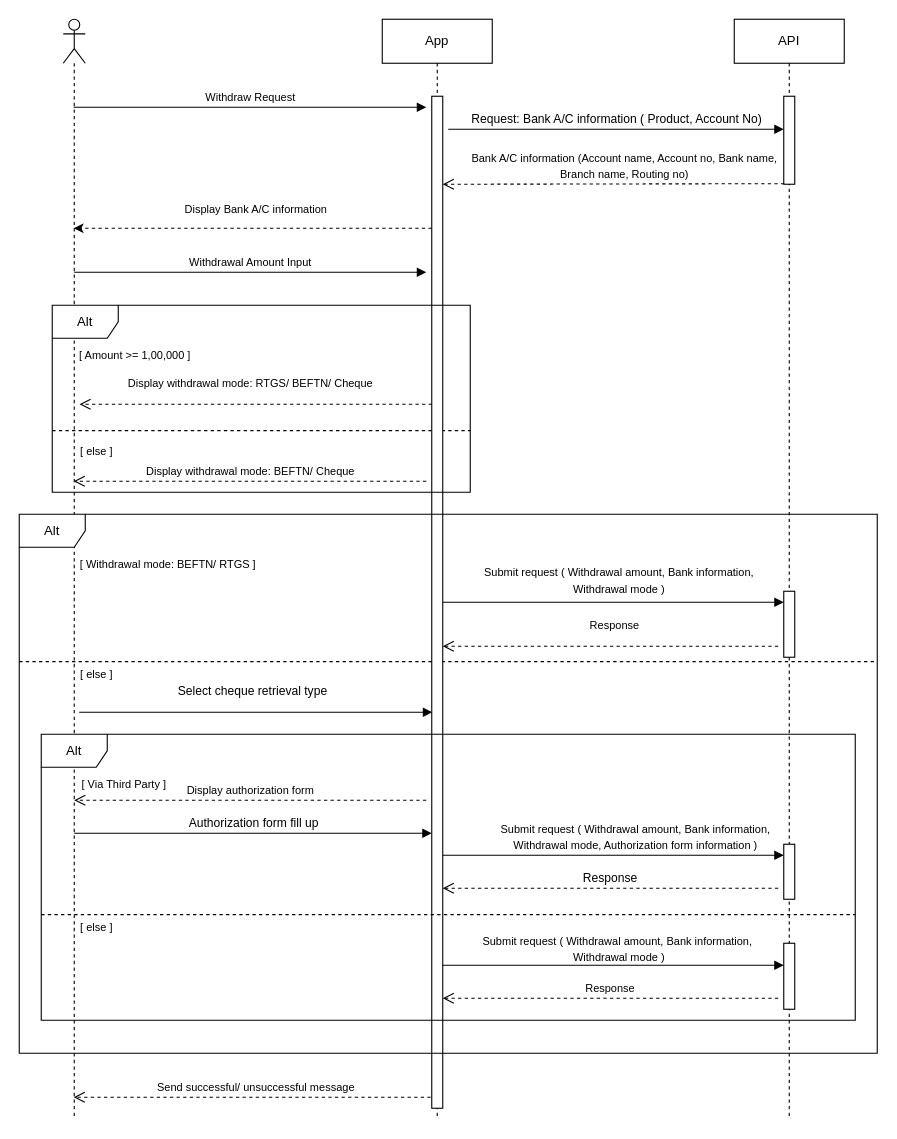
Above: src/assets/withdraw_sequence.drawio in Eritra064/test_repo (draw.io), before the change. Source tidied: cells renumbered, new cells numbered last; positions are measured from the earlier drawing's top-left corner, leaving out a move shared by most shapes. Both pictures are drawn from the tidied source at 110%, with x=0, y=0 at pixel (19, 19).
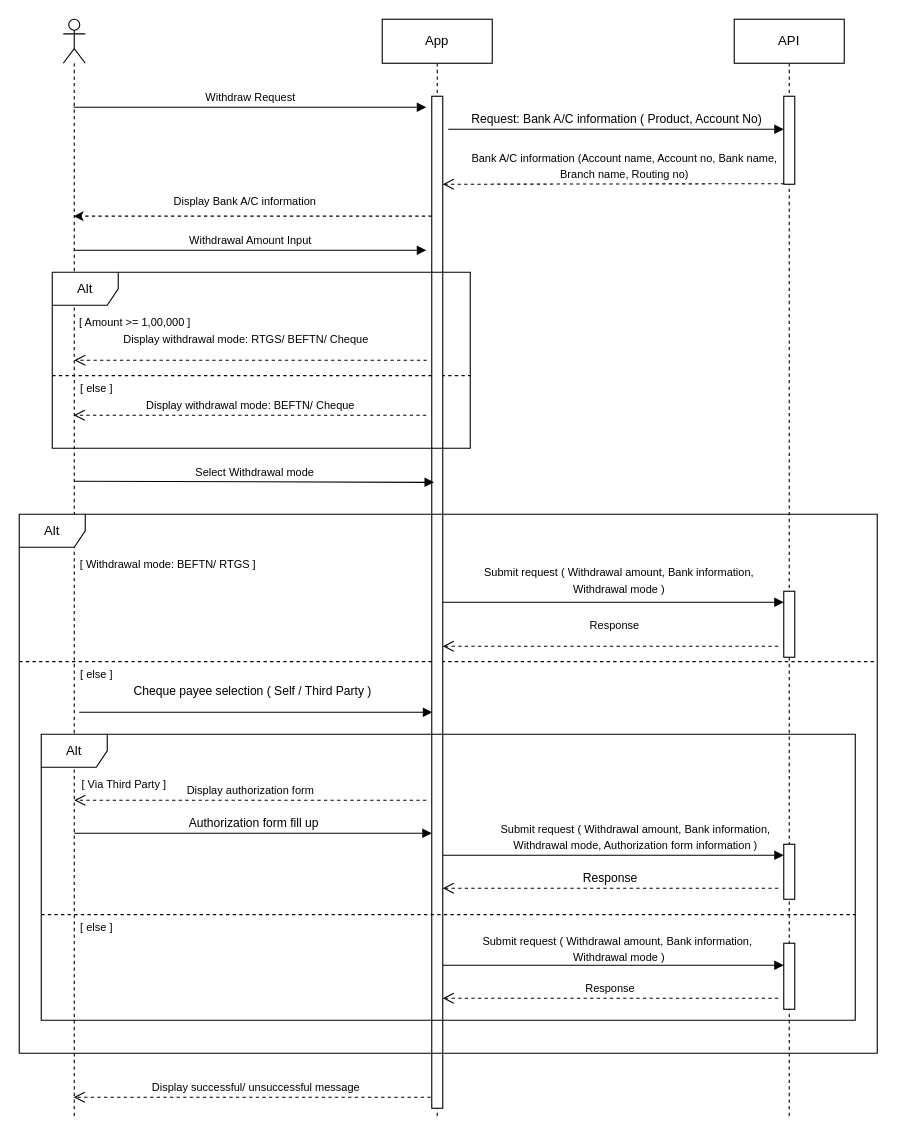
The same diagram, later.

Unchanged cells that the change refers to:
```xml
<mxCell id="5" style="shape=umlLifeline;perimeter=lifelinePerimeter;whiteSpace=wrap;html=1;outlineConnect=0;portConstraint=eastwest;newEdgeStyle={&quot;curved&quot;:0,&quot;rounded&quot;:0};participant=umlActor;" parent="1" vertex="1">
  <mxGeometry x="40" width="20" height="1000" as="geometry" />
</mxCell>
<mxCell id="6" value="App" style="shape=umlLifeline;perimeter=lifelinePerimeter;whiteSpace=wrap;html=1;outlineConnect=0;portConstraint=eastwest;newEdgeStyle={&quot;curved&quot;:0,&quot;rounded&quot;:0};" parent="1" vertex="1">
  <mxGeometry x="330" width="100" height="1000" as="geometry" />
</mxCell>
```

Change to the diagram source:
```diff
@@
-    <mxCell id="2" value="&lt;font style=&quot;font-size: 10px;&quot;&gt;Send successful/ unsuccessful message&lt;/font&gt;" style="html=1;verticalAlign=bottom;endArrow=open;dashed=1;endSize=8;curved=0;rounded=0;" parent="1" edge="1" target="5">
+    <mxCell id="2" value="&lt;font style=&quot;font-size: 10px;&quot;&gt;Display successful/ unsuccessful message&lt;/font&gt;" style="html=1;verticalAlign=bottom;endArrow=open;dashed=1;endSize=8;curved=0;rounded=0;" parent="1" edge="1" target="5">
       <mxGeometry relative="1" as="geometry">
         <mxPoint x="380" y="980" as="sourcePoint" />
       </mxGeometry>
     </mxCell>
@@
     <mxCell id="4" style="line;strokeWidth=1;fillColor=none;align=left;verticalAlign=middle;spacingTop=-1;spacingLeft=3;spacingRight=3;labelPosition=right;strokeColor=inherit;dashed=1;" parent="1" vertex="1">
-      <mxGeometry x="30" y="370" width="380" height="8" as="geometry" />
+      <mxGeometry x="30" y="320" width="380" height="8" as="geometry" />
     </mxCell>
@@
-    <mxCell id="13" style="edgeStyle=orthogonalEdgeStyle;rounded=0;jettySize=auto;html=1;curved=0;dashed=1;" parent="1" edge="1" target="5">
+    <mxCell id="13" style="edgeStyle=orthogonalEdgeStyle;rounded=0;orthogonalLoop=1;jettySize=auto;html=1;curved=0;dashed=1;" parent="1" edge="1">
       <mxGeometry relative="1" as="geometry">
-        <mxPoint x="375" y="190" as="sourcePoint" />
+        <mxPoint x="375" y="179" as="sourcePoint" />
+        <mxPoint x="49.5" y="179" as="targetPoint" />
         <Array as="points">
-          <mxPoint x="290" y="190" />
-          <mxPoint x="290" y="190" />
+          <mxPoint x="290" y="179" />
+          <mxPoint x="290" y="179" />
         </Array>
       </mxGeometry>
     </mxCell>
     <mxCell id="14" value="&lt;font style=&quot;font-size: 10px;&quot;&gt;Display Bank A/C information&lt;/font&gt;" style="text;html=1;align=center;verticalAlign=middle;strokeColor=none;fillColor=none;" parent="1" vertex="1">
-      <mxGeometry x="140" y="158" width="150" height="30" as="geometry" />
+      <mxGeometry x="130" y="150" width="150" height="30" as="geometry" />
     </mxCell>
     <mxCell id="15" value="&lt;font style=&quot;font-size: 10px;&quot;&gt;Withdrawal Amount Input&lt;/font&gt;" style="html=1;verticalAlign=bottom;endArrow=block;curved=0;rounded=0;entryX=0.5;entryY=0.643;entryDx=0;entryDy=0;entryPerimeter=0;" parent="1" edge="1">
       <mxGeometry relative="1" as="geometry">
-        <mxPoint x="50" y="230" as="sourcePoint" />
-        <mxPoint x="370" y="230" as="targetPoint" />
+        <mxPoint x="50" y="210" as="sourcePoint" />
+        <mxPoint x="370" y="210" as="targetPoint" />
       </mxGeometry>
     </mxCell>
     <mxCell id="16" value="Alt" style="shape=umlFrame;whiteSpace=wrap;html=1;" parent="1" vertex="1">
-      <mxGeometry x="30" y="260" width="380" height="170" as="geometry" />
+      <mxGeometry x="30" y="230" width="380" height="160" as="geometry" />
     </mxCell>
     <mxCell id="17" value="&lt;font style=&quot;font-size: 10px;&quot;&gt;[ Amount &amp;gt;= 1,00,000 ]&lt;/font&gt;" style="text;html=1;align=center;verticalAlign=middle;strokeColor=none;fillColor=none;" parent="1" vertex="1">
-      <mxGeometry x="45" y="290" width="120" height="30" as="geometry" />
+      <mxGeometry x="45" y="260" width="120" height="30" as="geometry" />
     </mxCell>
     <mxCell id="18" value="&lt;font style=&quot;font-size: 10px;&quot;&gt;Display withdrawal mode: RTGS/ BEFTN/ Cheque&lt;/font&gt;" style="html=1;verticalAlign=bottom;endArrow=open;dashed=1;endSize=8;curved=0;rounded=0;" parent="1" edge="1">
       <mxGeometry x="0.03" y="-10" relative="1" as="geometry">
-        <mxPoint x="375.2" y="350" as="sourcePoint" />
-        <mxPoint x="54.8" y="350" as="targetPoint" />
+        <mxPoint x="370.5" y="310" as="sourcePoint" />
+        <mxPoint x="50" y="310" as="targetPoint" />
       </mxGeometry>
     </mxCell>
     <mxCell id="19" value="&lt;font style=&quot;font-size: 10px;&quot;&gt;[ else ]&lt;/font&gt;" style="text;html=1;align=center;verticalAlign=middle;strokeColor=none;fillColor=none;" parent="1" vertex="1">
-      <mxGeometry x="45" y="378" width="50" height="30" as="geometry" />
+      <mxGeometry x="45" y="320" width="50" height="30" as="geometry" />
     </mxCell>
-    <mxCell id="20" value="&lt;font style=&quot;font-size: 10px;&quot;&gt;Display withdrawal mode: BEFTN/ Cheque&lt;/font&gt;" style="html=1;verticalAlign=bottom;endArrow=open;dashed=1;endSize=8;curved=0;rounded=0;" parent="1" edge="1" target="5">
+    <mxCell id="20" value="&lt;font style=&quot;font-size: 10px;&quot;&gt;Display withdrawal mode: BEFTN/ Cheque&lt;/font&gt;" style="html=1;verticalAlign=bottom;endArrow=open;dashed=1;endSize=8;curved=0;rounded=0;" parent="1" edge="1">
       <mxGeometry relative="1" as="geometry">
-        <mxPoint x="370" y="420" as="sourcePoint" />
+        <mxPoint x="370" y="360" as="sourcePoint" />
+        <mxPoint x="49.5" y="360" as="targetPoint" />
       </mxGeometry>
     </mxCell>
@@
-    <mxCell id="28" value="Select cheque retrieval type" style="html=1;verticalAlign=bottom;endArrow=block;curved=0;rounded=0;" parent="1" edge="1">
+    <mxCell id="28" value="Cheque payee selection ( Self / Third Party )" style="html=1;verticalAlign=bottom;endArrow=block;curved=0;rounded=0;" parent="1" edge="1">
       <mxGeometry x="-0.03" y="10" relative="1" as="geometry">
         <mxPoint x="54.5" y="630" as="sourcePoint" />
         <mxPoint x="375.5" y="630" as="targetPoint" />
         <mxPoint x="1" as="offset" />
       </mxGeometry>
     </mxCell>
@@
+    <mxCell id="44" value="&lt;font style=&quot;font-size: 10px;&quot;&gt;Select Withdrawal mode&lt;/font&gt;" style="html=1;verticalAlign=bottom;endArrow=block;curved=0;rounded=0;entryX=0.47;entryY=0.421;entryDx=0;entryDy=0;entryPerimeter=0;" parent="1" edge="1" target="6">
+      <mxGeometry relative="1" as="geometry">
+        <mxPoint x="50" y="420" as="sourcePoint" />
+      </mxGeometry>
+    </mxCell>
```
